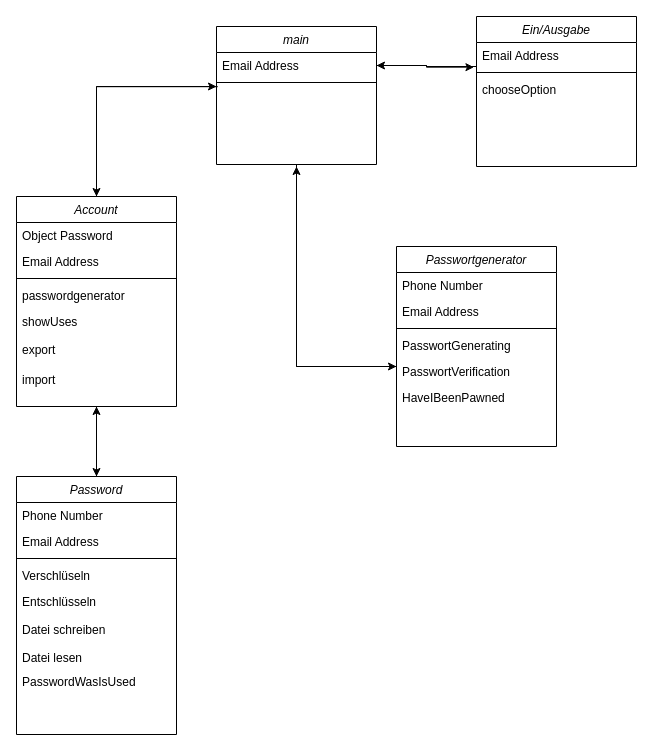
DominikKien/PhythonProjekt keeps this draw.io diagram as Phython.drawio. Above is the earlier version. Source tidied: cells renumbered, new cells numbered last; positions are measured from the earlier drawing's top-left corner, leaving out a move shared by most shapes. Both pictures are drawn from the tidied source at 100%, with x=0, y=0 at pixel (16, 16).
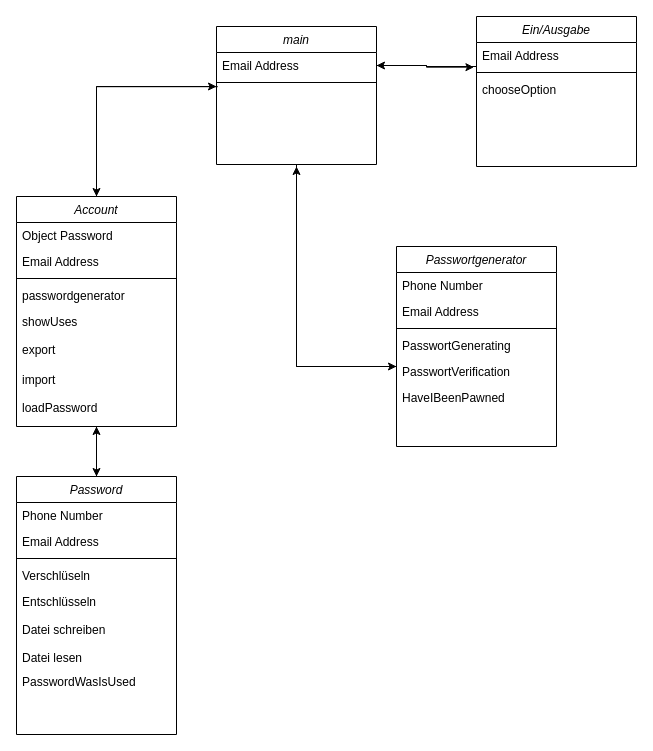
Above is the later version.

Diff of the diagram source:
```diff
@@
     <mxCell id="26" value="Account" style="swimlane;fontStyle=2;align=center;verticalAlign=top;horizontal=1;startSize=26;rounded=0;shadow=0;strokeWidth=1;" parent="1" vertex="1">
-      <mxGeometry y="180" width="160" height="210" as="geometry" />
+      <mxGeometry y="180" width="160" height="230" as="geometry" />
     </mxCell>
@@
+    <mxCell id="41" value="loadPassword" style="text;align=left;verticalAlign=top;spacingLeft=4;spacingRight=4;overflow=hidden;" parent="26" vertex="1">
+      <mxGeometry y="198" width="160" height="28" as="geometry" />
+    </mxCell>
```
